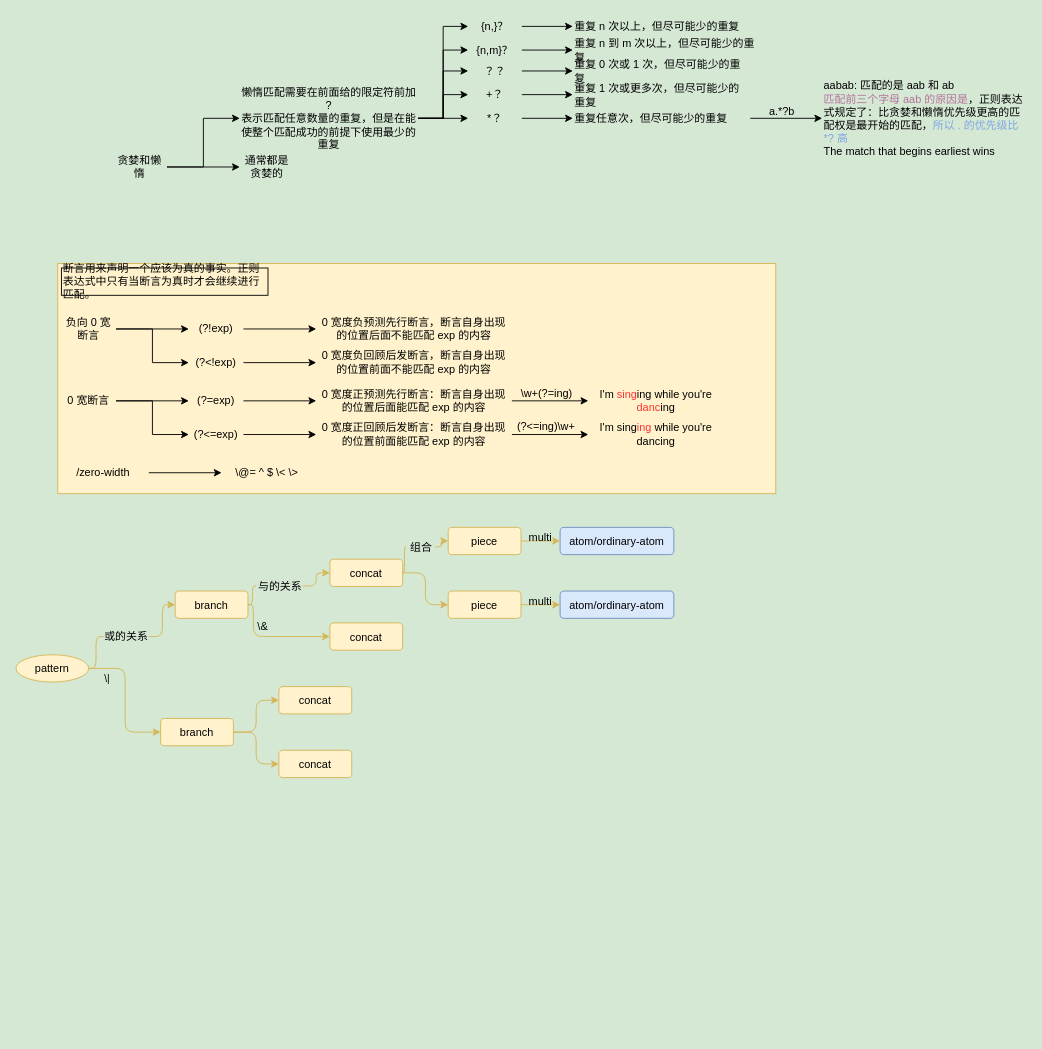
Before: page "vim 正则表达式" (2 of 3) of Misc/misc.drawio in iysheng/Notes, a draw.io diagram. Source tidied: cells renumbered, new cells numbered last; positions are measured from the earlier drawing's top-left corner, leaving out a move shared by most shapes. Both pictures are drawn from the tidied source at 91%, with x=0, y=0 at pixel (15, 15).
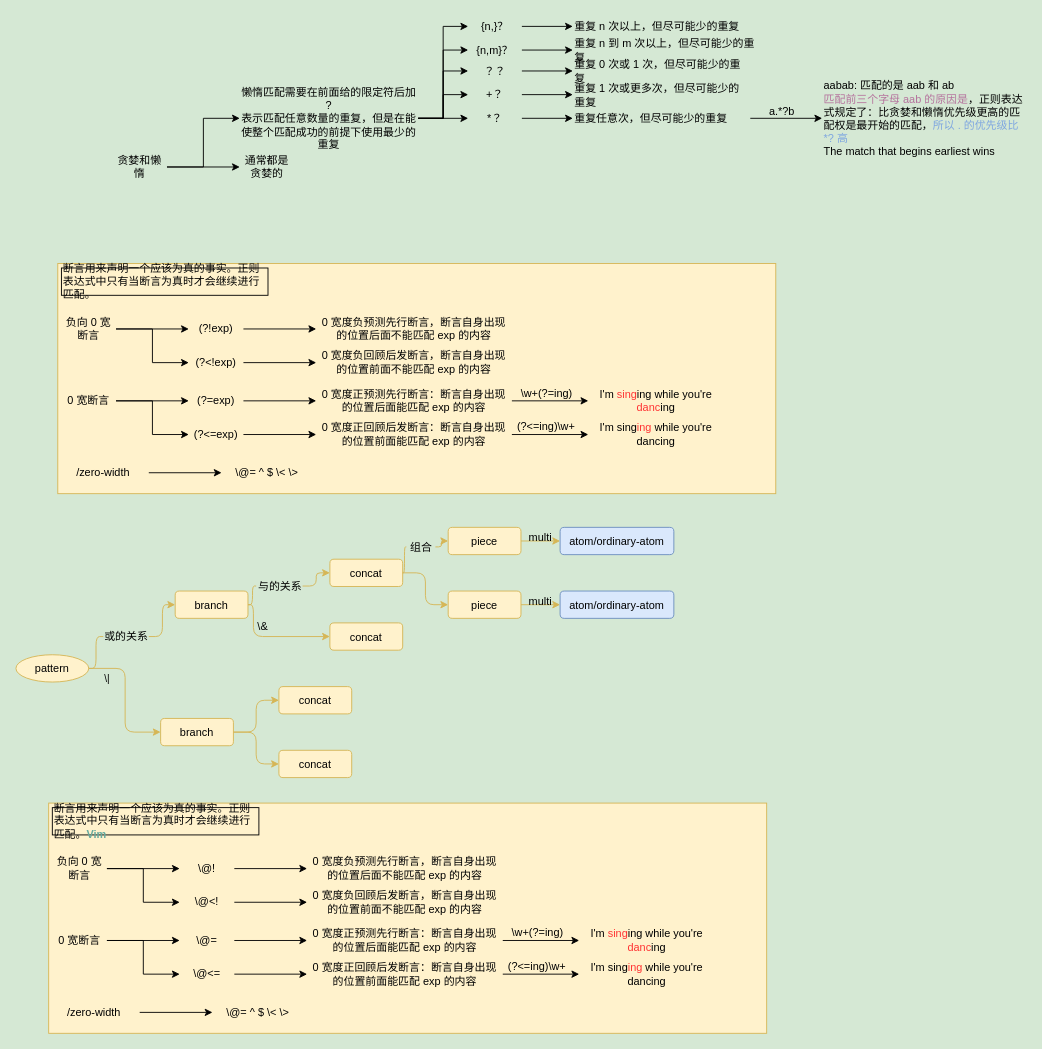
Above is the later version.

Diff of the diagram source:
```diff
@@
-    <mxCell id="71" value="懒惰匹配需要在前面给的限定符前加 ?&lt;br&gt;表示匹配任意数量的重复，但是在能使整个匹配成功的前提下使用最少的重复" style="text;html=1;strokeColor=none;fillColor=none;align=center;verticalAlign=middle;whiteSpace=wrap;rounded=0;labelBackgroundColor=none;fontFamily=mono;fontColor=#000000;" parent="1" vertex="1">
+    <mxCell id="71" value="懒惰匹配需要在前面给的限定符后加 ?&lt;br&gt;表示匹配任意数量的重复，但是在能使整个匹配成功的前提下使用最少的重复" style="text;html=1;strokeColor=none;fillColor=none;align=center;verticalAlign=middle;whiteSpace=wrap;rounded=0;labelBackgroundColor=none;fontFamily=mono;fontColor=#000000;" parent="1" vertex="1">
       <mxGeometry x="246" y="89" width="196" height="47" as="geometry" />
     </mxCell>
@@
+    <mxCell id="90" style="rounded=0;whiteSpace=wrap;html=1;labelBackgroundColor=none;fontFamily=mono;strokeColor=#d6b656;fillColor=#fff2cc;align=center;verticalAlign=middle;" parent="1" vertex="1">
+      <mxGeometry x="36" y="865" width="789" height="253" as="geometry" />
+    </mxCell>
+    <mxCell id="91" style="edgeStyle=orthogonalEdgeStyle;rounded=0;jettySize=auto;html=1;labelBackgroundColor=none;fontFamily=mono;fontColor=#000000;align=left;" parent="1" edge="1" source="92" target="93">
+      <mxGeometry relative="1" as="geometry" />
+    </mxCell>
+    <mxCell id="92" value="/zero-width" style="text;html=1;strokeColor=none;fillColor=none;align=center;verticalAlign=middle;whiteSpace=wrap;rounded=0;labelBackgroundColor=none;fontFamily=mono;fontColor=#000000;" parent="1" vertex="1">
+      <mxGeometry x="36" y="1087" width="100" height="16" as="geometry" />
+    </mxCell>
+    <mxCell id="93" value="\@= ^ $ \&amp;lt; \&amp;gt;" style="text;html=1;strokeColor=none;fillColor=none;align=center;verticalAlign=middle;whiteSpace=wrap;rounded=0;labelBackgroundColor=none;fontFamily=mono;fontColor=#000000;" parent="1" vertex="1">
+      <mxGeometry x="216" y="1087" width="100" height="16" as="geometry" />
+    </mxCell>
+    <mxCell id="94" style="edgeStyle=orthogonalEdgeStyle;rounded=0;jettySize=auto;html=1;labelBackgroundColor=none;fontFamily=mono;fontColor=#000000;align=left;" parent="1" edge="1" source="96" target="98">
+      <mxGeometry relative="1" as="geometry" />
+    </mxCell>
+    <mxCell id="95" style="edgeStyle=orthogonalEdgeStyle;rounded=0;jettySize=auto;html=1;entryX=0;entryY=0.5;entryDx=0;entryDy=0;labelBackgroundColor=none;fontFamily=mono;fontColor=#000000;align=left;" parent="1" edge="1" source="96" target="100">
+      <mxGeometry relative="1" as="geometry" />
+    </mxCell>
+    <mxCell id="96" value="0 宽断言" style="text;html=1;strokeColor=none;fillColor=none;align=center;verticalAlign=middle;whiteSpace=wrap;rounded=0;labelBackgroundColor=none;fontFamily=mono;fontColor=#000000;" parent="1" vertex="1">
+      <mxGeometry x="40" y="1001" width="60" height="30" as="geometry" />
+    </mxCell>
+    <mxCell id="97" style="edgeStyle=orthogonalEdgeStyle;rounded=0;jettySize=auto;html=1;labelBackgroundColor=none;fontFamily=mono;fontColor=#000000;align=left;" parent="1" edge="1" source="98" target="102">
+      <mxGeometry relative="1" as="geometry" />
+    </mxCell>
+    <mxCell id="98" value="&lt;span class=&quot;code&quot;&gt;\@=&lt;/span&gt;" style="text;html=1;strokeColor=none;fillColor=none;align=center;verticalAlign=middle;whiteSpace=wrap;rounded=0;labelBackgroundColor=none;fontFamily=mono;fontColor=#000000;" parent="1" vertex="1">
+      <mxGeometry x="180" y="1001" width="60" height="30" as="geometry" />
+    </mxCell>
+    <mxCell id="99" style="edgeStyle=orthogonalEdgeStyle;rounded=0;jettySize=auto;html=1;labelBackgroundColor=none;fontFamily=mono;fontColor=#000000;align=left;" parent="1" edge="1" source="100" target="104">
+      <mxGeometry relative="1" as="geometry" />
+    </mxCell>
+    <mxCell id="100" value="&lt;span class=&quot;code&quot;&gt;\@&amp;lt;=&lt;/span&gt;" style="text;html=1;strokeColor=none;fillColor=none;align=center;verticalAlign=middle;whiteSpace=wrap;rounded=0;labelBackgroundColor=none;fontFamily=mono;fontColor=#000000;" parent="1" vertex="1">
+      <mxGeometry x="180" y="1038" width="60" height="30" as="geometry" />
+    </mxCell>
+    <mxCell id="101" style="edgeStyle=orthogonalEdgeStyle;rounded=0;jettySize=auto;html=1;labelBackgroundColor=none;fontFamily=mono;fontColor=#000000;align=left;" parent="1" edge="1" source="102" target="115">
+      <mxGeometry relative="1" as="geometry" />
+    </mxCell>
+    <mxCell id="102" value="&lt;span class=&quot;code&quot;&gt;0 宽度正预测先行断言：断言自身出现的位置后面能匹配 exp 的内容&lt;/span&gt;" style="text;html=1;strokeColor=none;fillColor=none;align=center;verticalAlign=middle;whiteSpace=wrap;rounded=0;labelBackgroundColor=none;fontFamily=mono;fontColor=#000000;" parent="1" vertex="1">
+      <mxGeometry x="320" y="1001" width="215" height="30" as="geometry" />
+    </mxCell>
+    <mxCell id="103" style="edgeStyle=orthogonalEdgeStyle;rounded=0;jettySize=auto;html=1;labelBackgroundColor=none;fontFamily=mono;fontColor=#FF3333;align=left;" parent="1" edge="1" source="104" target="117">
+      <mxGeometry relative="1" as="geometry" />
+    </mxCell>
+    <mxCell id="104" value="&lt;span class=&quot;code&quot;&gt;0 宽度正回顾后发断言：断言自身出现的位置前面能匹配 exp 的内容&lt;/span&gt;" style="text;html=1;strokeColor=none;fillColor=none;align=center;verticalAlign=middle;whiteSpace=wrap;rounded=0;labelBackgroundColor=none;fontFamily=mono;fontColor=#000000;" parent="1" vertex="1">
+      <mxGeometry x="320" y="1038" width="215" height="30" as="geometry" />
+    </mxCell>
+    <mxCell id="105" style="edgeStyle=orthogonalEdgeStyle;rounded=0;jettySize=auto;html=1;labelBackgroundColor=none;fontFamily=mono;fontColor=#000000;align=left;" parent="1" edge="1" source="107" target="109">
+      <mxGeometry relative="1" as="geometry" />
+    </mxCell>
+    <mxCell id="106" style="edgeStyle=orthogonalEdgeStyle;rounded=0;jettySize=auto;html=1;entryX=0;entryY=0.5;entryDx=0;entryDy=0;labelBackgroundColor=none;fontFamily=mono;fontColor=#000000;align=left;" parent="1" edge="1" source="107" target="111">
+      <mxGeometry relative="1" as="geometry" />
+    </mxCell>
+    <mxCell id="107" value="负向 0 宽断言" style="text;html=1;strokeColor=none;fillColor=none;align=center;verticalAlign=middle;whiteSpace=wrap;rounded=0;labelBackgroundColor=none;fontFamily=mono;fontColor=#000000;" parent="1" vertex="1">
+      <mxGeometry x="40" y="922" width="60" height="30" as="geometry" />
+    </mxCell>
+    <mxCell id="108" style="edgeStyle=orthogonalEdgeStyle;rounded=0;jettySize=auto;html=1;labelBackgroundColor=none;fontFamily=mono;fontColor=#000000;align=left;" parent="1" edge="1" source="109" target="112">
+      <mxGeometry relative="1" as="geometry" />
+    </mxCell>
+    <mxCell id="109" value="&lt;span class=&quot;code&quot;&gt;\@!&lt;/span&gt;" style="text;html=1;strokeColor=none;fillColor=none;align=center;verticalAlign=middle;whiteSpace=wrap;rounded=0;labelBackgroundColor=none;fontFamily=mono;fontColor=#000000;" parent="1" vertex="1">
+      <mxGeometry x="180" y="922" width="60" height="30" as="geometry" />
+    </mxCell>
+    <mxCell id="110" style="edgeStyle=orthogonalEdgeStyle;rounded=0;jettySize=auto;html=1;labelBackgroundColor=none;fontFamily=mono;fontColor=#000000;align=left;" parent="1" edge="1" source="111" target="113">
+      <mxGeometry relative="1" as="geometry" />
+    </mxCell>
+    <mxCell id="111" value="&lt;span class=&quot;code&quot;&gt;\@&amp;lt;!&lt;/span&gt;" style="text;html=1;strokeColor=none;fillColor=none;align=center;verticalAlign=middle;whiteSpace=wrap;rounded=0;labelBackgroundColor=none;fontFamily=mono;fontColor=#000000;" parent="1" vertex="1">
+      <mxGeometry x="180" y="959" width="60" height="30" as="geometry" />
+    </mxCell>
+    <mxCell id="112" value="&lt;span class=&quot;code&quot;&gt;&lt;span class=&quot;name&quot;&gt;0 宽度负预测先行断言&lt;/span&gt;&lt;span class=&quot;code&quot;&gt;&lt;/span&gt;，断言自身出现的位置后面不能匹配 exp 的内容&lt;/span&gt;" style="text;html=1;strokeColor=none;fillColor=none;align=center;verticalAlign=middle;whiteSpace=wrap;rounded=0;labelBackgroundColor=none;fontFamily=mono;fontColor=#000000;" parent="1" vertex="1">
+      <mxGeometry x="320" y="922" width="215" height="30" as="geometry" />
+    </mxCell>
+    <mxCell id="113" value="&lt;span class=&quot;code&quot;&gt;0 宽度负回顾后发断言，断言自身出现的位置前面不能匹配 exp 的内容&lt;/span&gt;" style="text;html=1;strokeColor=none;fillColor=none;align=center;verticalAlign=middle;whiteSpace=wrap;rounded=0;labelBackgroundColor=none;fontFamily=mono;fontColor=#000000;" parent="1" vertex="1">
+      <mxGeometry x="320" y="959" width="215" height="30" as="geometry" />
+    </mxCell>
+    <mxCell id="114" value="断言用来声明一个应该为真的事实。正则表达式中只有当断言为真时才会继续进行匹配。&lt;font color=&quot;#67ab9f&quot;&gt;&lt;b&gt;Vim&lt;/b&gt;&lt;/font&gt;" style="text;html=1;strokeColor=default;fillColor=none;align=left;verticalAlign=middle;whiteSpace=wrap;rounded=0;labelBackgroundColor=none;fontFamily=mono;fontColor=#000000;" parent="1" vertex="1">
+      <mxGeometry x="40" y="870" width="227" height="30" as="geometry" />
+    </mxCell>
+    <mxCell id="115" value="&lt;span class=&quot;regex&quot;&gt;&lt;span class=&quot;string&quot;&gt;I'm &lt;font color=&quot;#ff3333&quot;&gt;sing&lt;/font&gt;ing while you're&lt;br&gt;&lt;font color=&quot;#ff3333&quot;&gt;                danc&lt;/font&gt;ing&lt;/span&gt;&lt;/span&gt;" style="text;html=1;strokeColor=none;fillColor=none;align=center;verticalAlign=middle;whiteSpace=wrap;rounded=0;labelBackgroundColor=none;fontFamily=mono;fontColor=#000000;" parent="1" vertex="1">
+      <mxGeometry x="619" y="1001" width="149" height="30" as="geometry" />
+    </mxCell>
+    <mxCell id="116" value="\w+(?=ing)" style="text;html=1;strokeColor=none;fillColor=none;align=center;verticalAlign=middle;whiteSpace=wrap;rounded=0;labelBackgroundColor=none;fontFamily=mono;fontColor=#000000;" parent="1" vertex="1">
+      <mxGeometry x="541" y="999" width="65" height="17" as="geometry" />
+    </mxCell>
+    <mxCell id="117" value="I'm&amp;nbsp;&lt;font&gt;sing&lt;/font&gt;&lt;font color=&quot;#ff3333&quot;&gt;ing&lt;/font&gt; while you're&lt;br&gt;&lt;font&gt;danc&lt;/font&gt;ing" style="text;html=1;strokeColor=none;fillColor=none;align=center;verticalAlign=middle;whiteSpace=wrap;rounded=0;labelBackgroundColor=none;fontFamily=mono;fontColor=#000000;" parent="1" vertex="1">
+      <mxGeometry x="619" y="1038" width="149" height="30" as="geometry" />
+    </mxCell>
+    <mxCell id="118" value="&lt;span class=&quot;regex&quot;&gt;(?&amp;lt;=ing)\w+&lt;/span&gt;" style="text;whiteSpace=wrap;html=1;fontFamily=mono;fontColor=#000000;" parent="1" vertex="1">
+      <mxGeometry x="539" y="1031" width="68" height="21" as="geometry" />
+    </mxCell>
```
